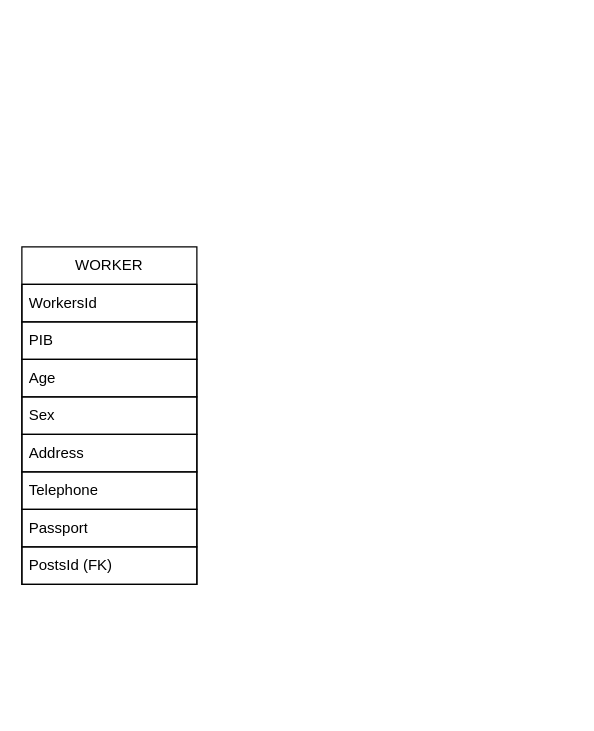
Before: logic.drawio in Erw1n-git/drawio_flowcharts, a draw.io diagram. Source tidied: cells renumbered, new cells numbered last; positions are measured from the earlier drawing's top-left corner, leaving out a move shared by most shapes. Both pictures are drawn from the tidied source at 125%, with x=0, y=0 at pixel (21, 246).
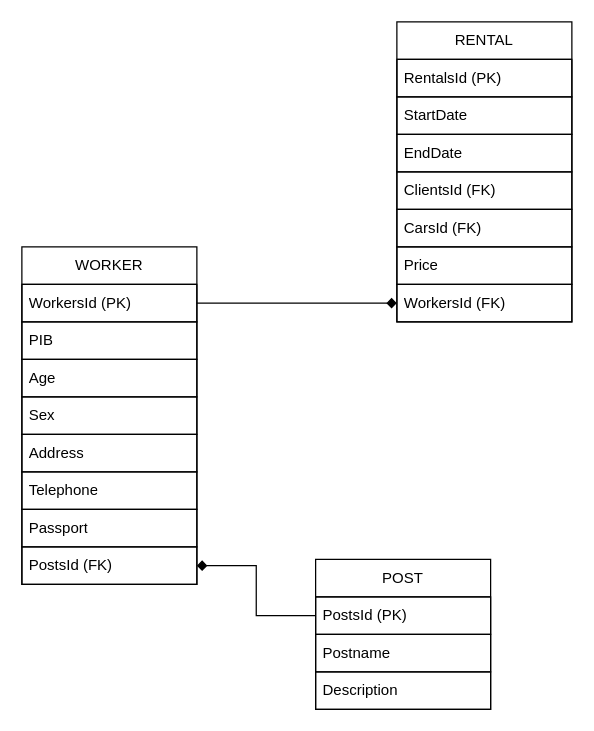
After the change.

The change refers to these unchanged cells:
```xml
<mxCell id="2" value="&lt;div&gt;WORKER&lt;/div&gt;" style="swimlane;fontStyle=0;horizontal=1;startSize=30;whiteSpace=wrap;html=1;" parent="1" vertex="1">
  <mxGeometry width="140" height="270" as="geometry" />
</mxCell>
<mxCell id="10" value="PostsId (FK)" style="text;strokeColor=default;fillColor=none;align=left;verticalAlign=middle;spacingLeft=4;spacingRight=4;overflow=hidden;points=[[0,0.5],[1,0.5]];portConstraint=eastwest;whiteSpace=wrap;html=1;" parent="2" vertex="1">
  <mxGeometry y="240" width="140" height="30" as="geometry" />
</mxCell>
```

Change to the diagram source:
```diff
@@
-    <mxCell id="3" value="&lt;div&gt;WorkersId&lt;/div&gt;" style="text;strokeColor=default;fillColor=none;align=left;verticalAlign=middle;spacingLeft=4;spacingRight=4;overflow=hidden;points=[[0,0.5],[1,0.5]];portConstraint=eastwest;whiteSpace=wrap;html=1;" parent="2" vertex="1">
+    <mxCell id="3" value="&lt;div&gt;WorkersId (PK)&lt;br&gt;&lt;/div&gt;" style="text;strokeColor=default;fillColor=none;align=left;verticalAlign=middle;spacingLeft=4;spacingRight=4;overflow=hidden;points=[[0,0.5],[1,0.5]];portConstraint=eastwest;whiteSpace=wrap;html=1;" parent="2" vertex="1">
       <mxGeometry y="30" width="140" height="30" as="geometry" />
     </mxCell>
@@
+    <mxCell id="11" value="POST" style="swimlane;fontStyle=0;horizontal=1;startSize=30;whiteSpace=wrap;html=1;" parent="1" vertex="1">
+      <mxGeometry x="235" y="250" width="140" height="120" as="geometry" />
+    </mxCell>
+    <mxCell id="12" value="PostsId (PK)" style="text;strokeColor=default;fillColor=none;align=left;verticalAlign=middle;spacingLeft=4;spacingRight=4;overflow=hidden;points=[[0,0.5],[1,0.5]];portConstraint=eastwest;whiteSpace=wrap;html=1;" parent="11" vertex="1">
+      <mxGeometry y="30" width="140" height="30" as="geometry" />
+    </mxCell>
+    <mxCell id="13" value="Postname" style="text;strokeColor=default;fillColor=none;align=left;verticalAlign=middle;spacingLeft=4;spacingRight=4;overflow=hidden;whiteSpace=wrap;html=1;" parent="11" vertex="1">
+      <mxGeometry y="60" width="140" height="30" as="geometry" />
+    </mxCell>
+    <mxCell id="14" value="Description" style="text;strokeColor=default;fillColor=none;align=left;verticalAlign=middle;spacingLeft=4;spacingRight=4;overflow=hidden;whiteSpace=wrap;html=1;" parent="11" vertex="1">
+      <mxGeometry y="90" width="140" height="30" as="geometry" />
+    </mxCell>
+    <mxCell id="15" style="edgeStyle=orthogonalEdgeStyle;rounded=0;jettySize=auto;html=1;entryX=1;entryY=0.5;entryDx=0;entryDy=0;endArrow=diamond;endFill=1;exitX=0;exitY=0.5;exitDx=0;exitDy=0;" parent="1" edge="1" source="12" target="10">
+      <mxGeometry relative="1" as="geometry" />
+    </mxCell>
+    <mxCell id="16" value="RENTAL" style="swimlane;fontStyle=0;horizontal=1;startSize=30;whiteSpace=wrap;html=1;" parent="1" vertex="1">
+      <mxGeometry x="300" y="-180" width="140" height="240" as="geometry" />
+    </mxCell>
+    <mxCell id="17" value="RentalsId (PK)" style="text;strokeColor=default;fillColor=none;align=left;verticalAlign=middle;spacingLeft=4;spacingRight=4;overflow=hidden;whiteSpace=wrap;html=1;" parent="16" vertex="1">
+      <mxGeometry y="30" width="140" height="30" as="geometry" />
+    </mxCell>
+    <mxCell id="18" value="StartDate" style="text;strokeColor=default;fillColor=none;align=left;verticalAlign=middle;spacingLeft=4;spacingRight=4;overflow=hidden;whiteSpace=wrap;html=1;" parent="16" vertex="1">
+      <mxGeometry y="60" width="140" height="30" as="geometry" />
+    </mxCell>
+    <mxCell id="19" value="EndDate" style="text;strokeColor=default;fillColor=none;align=left;verticalAlign=middle;spacingLeft=4;spacingRight=4;overflow=hidden;whiteSpace=wrap;html=1;" parent="16" vertex="1">
+      <mxGeometry y="90" width="140" height="30" as="geometry" />
+    </mxCell>
+    <mxCell id="20" value="&lt;div&gt;ClientsId (FK)&lt;br&gt;&lt;/div&gt;" style="text;strokeColor=default;fillColor=none;align=left;verticalAlign=middle;spacingLeft=4;spacingRight=4;overflow=hidden;whiteSpace=wrap;html=1;" parent="16" vertex="1">
+      <mxGeometry y="120" width="140" height="30" as="geometry" />
+    </mxCell>
+    <mxCell id="21" value="CarsId (FK)" style="text;strokeColor=default;fillColor=none;align=left;verticalAlign=middle;spacingLeft=4;spacingRight=4;overflow=hidden;whiteSpace=wrap;html=1;" parent="16" vertex="1">
+      <mxGeometry y="150" width="140" height="30" as="geometry" />
+    </mxCell>
+    <mxCell id="22" value="Price" style="text;strokeColor=default;fillColor=none;align=left;verticalAlign=middle;spacingLeft=4;spacingRight=4;overflow=hidden;whiteSpace=wrap;html=1;" parent="16" vertex="1">
+      <mxGeometry y="180" width="140" height="30" as="geometry" />
+    </mxCell>
+    <mxCell id="23" value="WorkersId (FK)" style="text;strokeColor=default;fillColor=none;align=left;verticalAlign=middle;spacingLeft=4;spacingRight=4;overflow=hidden;points=[[0,0.5],[1,0.5]];portConstraint=eastwest;whiteSpace=wrap;html=1;" parent="16" vertex="1">
+      <mxGeometry y="210" width="140" height="30" as="geometry" />
+    </mxCell>
+    <mxCell id="24" style="edgeStyle=orthogonalEdgeStyle;rounded=0;jettySize=auto;html=1;entryX=0;entryY=0.5;entryDx=0;entryDy=0;endArrow=diamond;endFill=1;" parent="1" edge="1" source="3" target="23">
+      <mxGeometry relative="1" as="geometry" />
+    </mxCell>
```
